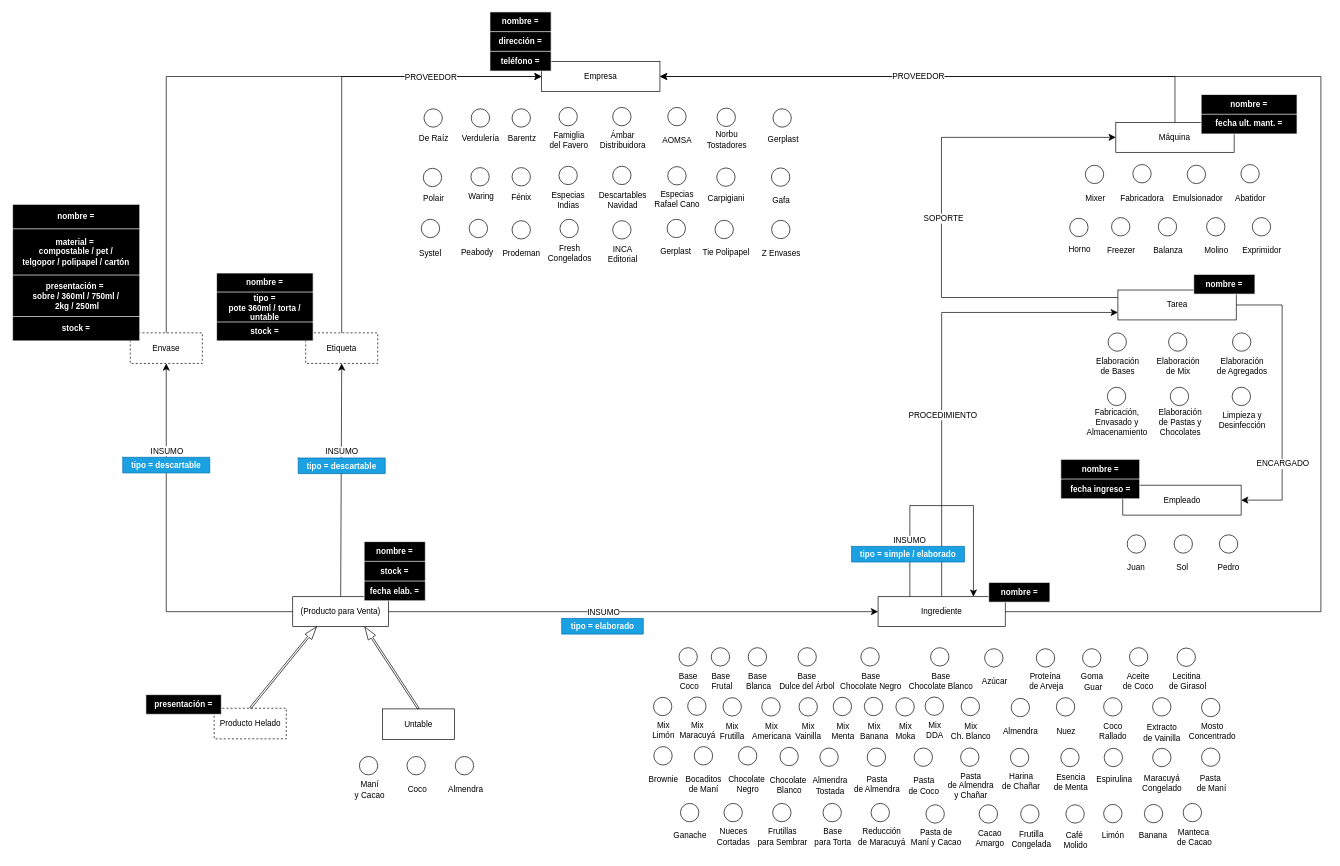
This is Modelo Heladería.drawio from franualba/diagrams, a draw.io file, before an edit. Source tidied: cells renumbered, new cells numbered last; positions are measured from the earlier drawing's top-left corner, leaving out a move shared by most shapes. Both pictures are drawn from the tidied source at 68%, with x=0, y=0 at pixel (12, 12).
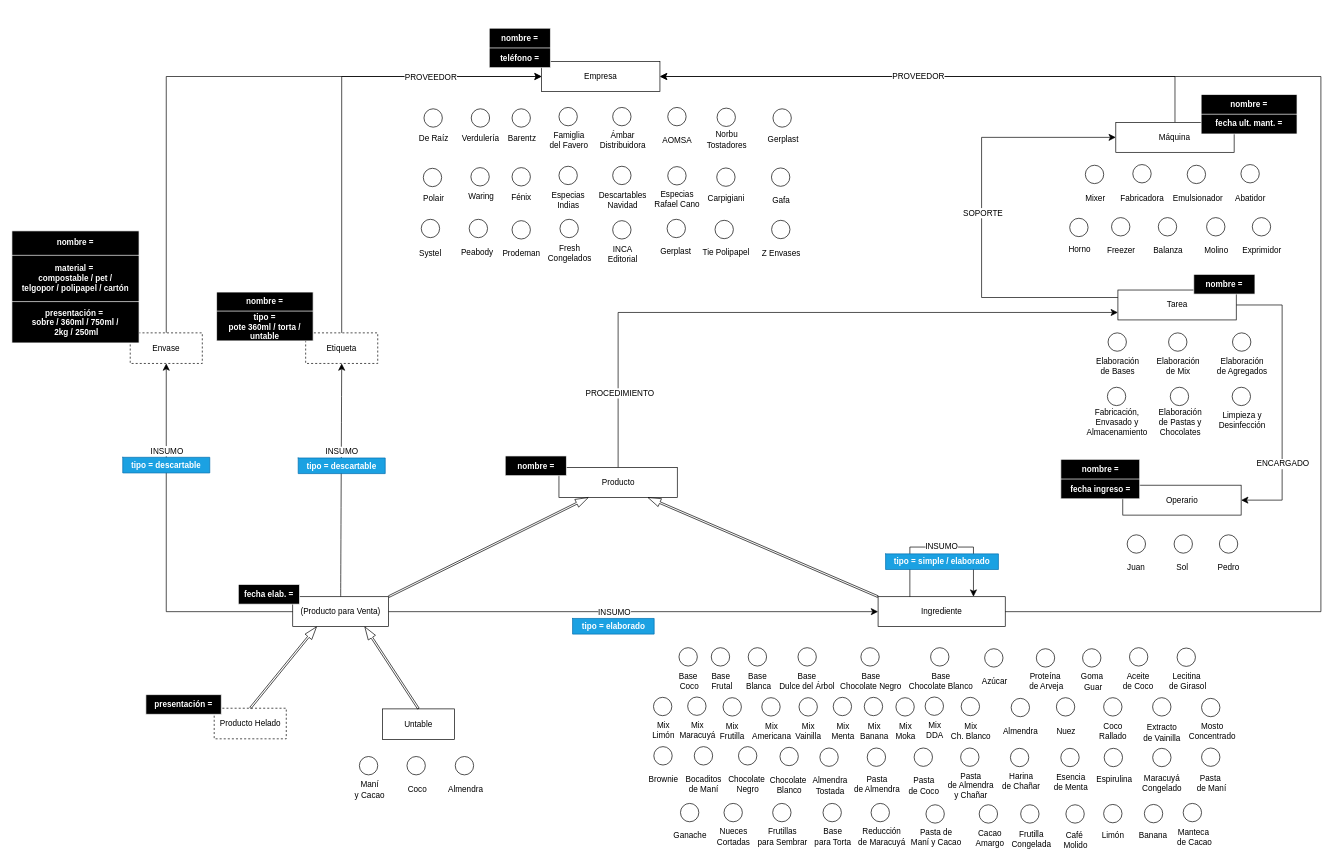
The same diagram, later.

The change refers to these unchanged cells:
```xml
<mxCell id="4" value="(Producto para Venta)" style="rounded=0;whiteSpace=wrap;html=1;fillStyle=auto;" parent="1" vertex="1">
  <mxGeometry x="412" y="860" width="141" height="44" as="geometry" />
</mxCell>
<mxCell id="9" value="Ingrediente" style="rounded=0;whiteSpace=wrap;html=1;" parent="1" vertex="1">
  <mxGeometry x="1272.8" y="860" width="187" height="44" as="geometry" />
</mxCell>
<mxCell id="73" style="edgeStyle=orthogonalEdgeStyle;rounded=0;jettySize=auto;html=1;exitX=1;exitY=0.5;exitDx=0;exitDy=0;entryX=0;entryY=0.5;entryDx=0;entryDy=0;fontSize=12;startSize=8;endSize=8;" parent="1" edge="1" source="4" target="9">
  <mxGeometry relative="1" as="geometry" />
</mxCell>
<mxCell id="81" value="Tarea" style="rounded=0;whiteSpace=wrap;html=1;" parent="1" vertex="1">
  <mxGeometry x="1625.5" y="409" width="174" height="44" as="geometry" />
</mxCell>
<mxCell id="126" value="Máquina" style="rounded=0;whiteSpace=wrap;html=1;" parent="1" vertex="1">
  <mxGeometry x="1622.4" y="162.5" width="174" height="44" as="geometry" />
</mxCell>
```

The edit, as a diff of the source:
```diff
@@
-    <mxCell id="7" style="edgeStyle=orthogonalEdgeStyle;rounded=0;jettySize=auto;html=1;exitX=0.5;exitY=0;exitDx=0;exitDy=0;entryX=0;entryY=0.75;entryDx=0;entryDy=0;fontSize=12;startSize=8;endSize=8;" parent="1" edge="1" source="9" target="81">
+    <mxCell id="7" style="edgeStyle=orthogonalEdgeStyle;rounded=0;jettySize=auto;html=1;exitX=0.5;exitY=0;exitDx=0;exitDy=0;entryX=0;entryY=0.75;entryDx=0;entryDy=0;fontSize=12;startSize=8;endSize=8;" parent="1" edge="1" source="287" target="81">
       <mxGeometry relative="1" as="geometry">
         <Array as="points">
-          <mxPoint x="1366" y="442" />
+          <mxPoint x="891" y="442" />
         </Array>
       </mxGeometry>
     </mxCell>
     <mxCell id="8" value="PROCEDIMIENTO" style="edgeLabel;html=1;align=center;verticalAlign=middle;fontSize=12;" parent="7" vertex="1">
       <mxGeometry x="0.64" y="4" relative="1" as="geometry">
-        <mxPoint x="-136" y="154" as="offset" />
+        <mxPoint x="-560" y="122" as="offset" />
       </mxGeometry>
     </mxCell>
@@
     <mxCell id="74" value="INSUMO" style="edgeLabel;html=1;align=center;verticalAlign=middle;fontSize=12;" parent="73" vertex="1">
       <mxGeometry x="-0.01" y="1" relative="1" as="geometry">
-        <mxPoint x="-41" y="1" as="offset" />
+        <mxPoint x="-25" y="1" as="offset" />
       </mxGeometry>
     </mxCell>
@@
     <mxCell id="79" style="edgeStyle=orthogonalEdgeStyle;rounded=0;jettySize=auto;html=1;exitX=0;exitY=0.25;exitDx=0;exitDy=0;entryX=0;entryY=0.5;entryDx=0;entryDy=0;fontSize=12;startSize=8;endSize=8;" parent="1" edge="1" source="81" target="126">
       <mxGeometry relative="1" as="geometry">
         <Array as="points">
-          <mxPoint x="1366" y="420" />
-          <mxPoint x="1366" y="185" />
+          <mxPoint x="1425" y="420" />
+          <mxPoint x="1425" y="185" />
         </Array>
       </mxGeometry>
     </mxCell>
     <mxCell id="80" value="SOPORTE" style="edgeLabel;html=1;align=center;verticalAlign=middle;fontSize=12;" parent="79" vertex="1">
       <mxGeometry x="0.52" y="2" relative="1" as="geometry">
-        <mxPoint x="-74" y="121" as="offset" />
+        <mxPoint x="-44" y="113" as="offset" />
       </mxGeometry>
     </mxCell>
@@
-    <mxCell id="98" value="Empleado" style="rounded=0;whiteSpace=wrap;html=1;" parent="1" vertex="1">
+    <mxCell id="98" value="Operario" style="rounded=0;whiteSpace=wrap;html=1;" parent="1" vertex="1">
       <mxGeometry x="1632.7" y="696" width="174" height="44" as="geometry" />
     </mxCell>
@@
     <mxCell id="105" style="shape=table;startSize=0;childLayout=tableLayout;fillColor=#000000;strokeColor=#FFFFFF;fontColor=#FFFFFF;labelPosition=left;verticalLabelPosition=middle;align=right;verticalAlign=middle;" parent="1" vertex="1">
-      <mxGeometry y="283" width="187" height="200.8" as="geometry" />
+      <mxGeometry x="-1" y="322" width="187" height="164.8" as="geometry" />
     </mxCell>
@@
-    <mxCell id="112" style="shape=tableRow;horizontal=0;startSize=0;swimlaneHead=0;swimlaneBody=0;strokeColor=inherit;top=0;left=0;bottom=0;right=0;fillColor=none;fontColor=#FFFFFF;" parent="105" vertex="1">
-      <mxGeometry y="165" width="187" height="36" as="geometry" />
-    </mxCell>
-    <mxCell id="113" value="&lt;font color=&quot;#ffffff&quot;&gt;stock =&lt;br&gt;&lt;/font&gt;" style="shape=partialRectangle;html=1;whiteSpace=wrap;strokeColor=inherit;overflow=hidden;fillColor=none;top=0;left=0;bottom=0;right=0;fontStyle=1;fontSize=12;" parent="112" vertex="1">
-      <mxGeometry width="187" height="36" as="geometry" />
-    </mxCell>
     <mxCell id="114" style="shape=table;startSize=0;childLayout=tableLayout;fillColor=#000000;strokeColor=#FFFFFF;fontColor=#FFFFFF;labelPosition=left;verticalLabelPosition=middle;align=right;verticalAlign=middle;" parent="1" vertex="1">
-      <mxGeometry x="517" y="779" width="90" height="87" as="geometry" />
+      <mxGeometry x="332" y="842" width="90" height="29" as="geometry" />
     </mxCell>
-    <mxCell id="115" style="shape=tableRow;horizontal=0;startSize=0;swimlaneHead=0;swimlaneBody=0;strokeColor=inherit;top=0;left=0;bottom=0;right=0;fillColor=none;" parent="114" vertex="1">
-      <mxGeometry width="90" height="29" as="geometry" />
-    </mxCell>
-    <mxCell id="116" value="&lt;font color=&quot;#ffffff&quot;&gt;nombre =&lt;br&gt;&lt;/font&gt;" style="shape=partialRectangle;html=1;whiteSpace=wrap;strokeColor=inherit;overflow=hidden;fillColor=none;top=0;left=0;bottom=0;right=0;fontStyle=1;fontSize=12;" parent="115" vertex="1">
-      <mxGeometry width="90" height="29" as="geometry" />
-    </mxCell>
-    <mxCell id="117" style="shape=tableRow;horizontal=0;startSize=0;swimlaneHead=0;swimlaneBody=0;strokeColor=inherit;top=0;left=0;bottom=0;right=0;fillColor=none;" parent="114" vertex="1">
-      <mxGeometry y="29" width="90" height="29" as="geometry" />
-    </mxCell>
-    <mxCell id="118" value="&lt;font color=&quot;#ffffff&quot;&gt;stock =&lt;br&gt;&lt;/font&gt;" style="shape=partialRectangle;html=1;whiteSpace=wrap;strokeColor=inherit;overflow=hidden;fillColor=none;top=0;left=0;bottom=0;right=0;fontStyle=1;fontSize=12;" parent="117" vertex="1">
-      <mxGeometry width="90" height="29" as="geometry" />
-    </mxCell>
     <mxCell id="119" style="shape=tableRow;horizontal=0;startSize=0;swimlaneHead=0;swimlaneBody=0;strokeColor=inherit;top=0;left=0;bottom=0;right=0;fillColor=none;" parent="114" vertex="1">
-      <mxGeometry y="58" width="90" height="29" as="geometry" />
+      <mxGeometry width="90" height="29" as="geometry" />
     </mxCell>
@@
     <mxCell id="144" style="shape=table;startSize=0;childLayout=tableLayout;fillColor=#000000;strokeColor=#FFFFFF;fontColor=#FFFFFF;labelPosition=left;verticalLabelPosition=middle;align=right;verticalAlign=middle;" parent="1" vertex="1">
-      <mxGeometry x="300" y="384" width="142" height="99.8" as="geometry" />
+      <mxGeometry x="300" y="412" width="142" height="71.8" as="geometry" />
     </mxCell>
@@
-    <mxCell id="149" style="shape=tableRow;horizontal=0;startSize=0;swimlaneHead=0;swimlaneBody=0;strokeColor=inherit;top=0;left=0;bottom=0;right=0;fillColor=none;" parent="144" vertex="1">
-      <mxGeometry y="72" width="142" height="28" as="geometry" />
-    </mxCell>
-    <mxCell id="150" value="&lt;font color=&quot;#ffffff&quot;&gt;stock =&lt;br&gt;&lt;/font&gt;" style="shape=partialRectangle;html=1;whiteSpace=wrap;strokeColor=inherit;overflow=hidden;fillColor=none;top=0;left=0;bottom=0;right=0;fontStyle=1;fontSize=12;" parent="149" vertex="1">
-      <mxGeometry width="142" height="28" as="geometry" />
-    </mxCell>
@@
     <mxCell id="176" style="shape=table;startSize=0;childLayout=tableLayout;fillColor=#000000;strokeColor=#FFFFFF;fontColor=#FFFFFF;labelPosition=left;verticalLabelPosition=middle;align=right;verticalAlign=middle;" parent="1" vertex="1">
-      <mxGeometry x="702" width="90" height="87" as="geometry" />
+      <mxGeometry x="701" y="24" width="90" height="58" as="geometry" />
     </mxCell>
@@
-    <mxCell id="179" style="shape=tableRow;horizontal=0;startSize=0;swimlaneHead=0;swimlaneBody=0;strokeColor=inherit;top=0;left=0;bottom=0;right=0;fillColor=none;" parent="176" vertex="1">
-      <mxGeometry y="29" width="90" height="29" as="geometry" />
-    </mxCell>
-    <mxCell id="180" value="&lt;font color=&quot;#ffffff&quot;&gt;dirección =&lt;br&gt;&lt;/font&gt;" style="shape=partialRectangle;html=1;whiteSpace=wrap;strokeColor=inherit;overflow=hidden;fillColor=none;top=0;left=0;bottom=0;right=0;fontStyle=1;fontSize=12;" parent="179" vertex="1">
-      <mxGeometry width="90" height="29" as="geometry" />
-    </mxCell>
     <mxCell id="181" style="shape=tableRow;horizontal=0;startSize=0;swimlaneHead=0;swimlaneBody=0;strokeColor=inherit;top=0;left=0;bottom=0;right=0;fillColor=none;" parent="176" vertex="1">
-      <mxGeometry y="58" width="90" height="29" as="geometry" />
+      <mxGeometry y="29" width="90" height="29" as="geometry" />
     </mxCell>
@@
-    <mxCell id="194" style="shape=table;startSize=0;childLayout=tableLayout;fillColor=#000000;strokeColor=#FFFFFF;fontColor=#FFFFFF;labelPosition=left;verticalLabelPosition=middle;align=right;verticalAlign=middle;" parent="1" vertex="1">
-      <mxGeometry x="1435.5" y="839" width="90" height="29" as="geometry" />
-    </mxCell>
-    <mxCell id="195" style="shape=tableRow;horizontal=0;startSize=0;swimlaneHead=0;swimlaneBody=0;strokeColor=inherit;top=0;left=0;bottom=0;right=0;fillColor=none;" parent="194" vertex="1">
-      <mxGeometry width="90" height="29" as="geometry" />
-    </mxCell>
-    <mxCell id="196" value="&lt;font color=&quot;#ffffff&quot;&gt;nombre =&lt;br&gt;&lt;/font&gt;" style="shape=partialRectangle;html=1;whiteSpace=wrap;strokeColor=inherit;overflow=hidden;fillColor=none;top=0;left=0;bottom=0;right=0;fontStyle=1;fontSize=12;" parent="195" vertex="1">
-      <mxGeometry width="90" height="29" as="geometry" />
-    </mxCell>
@@
     <mxCell id="273" style="edgeStyle=elbowEdgeStyle;rounded=0;orthogonalLoop=1;jettySize=auto;html=1;exitX=0.25;exitY=0;exitDx=0;exitDy=0;entryX=0.75;entryY=0;entryDx=0;entryDy=0;fontSize=12;startSize=8;endSize=8;elbow=vertical;" parent="1" edge="1" source="9" target="9">
       <mxGeometry relative="1" as="geometry">
         <Array as="points">
-          <mxPoint x="1359.8" y="726" />
+          <mxPoint x="1362" y="787" />
         </Array>
       </mxGeometry>
     </mxCell>
     <mxCell id="274" value="INSUMO" style="edgeLabel;html=1;align=center;verticalAlign=middle;fontSize=12;" parent="273" vertex="1">
       <mxGeometry x="-0.1" y="-1" relative="1" as="geometry">
-        <mxPoint x="-30" y="50" as="offset" />
+        <mxPoint x="11" y="-2" as="offset" />
       </mxGeometry>
     </mxCell>
@@
     <mxCell id="278" style="shape=table;startSize=0;childLayout=tableLayout;fillColor=#1ba1e2;strokeColor=#006EAF;labelPosition=left;verticalLabelPosition=middle;align=right;verticalAlign=middle;fontColor=#ffffff;" parent="1" vertex="1">
-      <mxGeometry x="807.5" y="892" width="120" height="23" as="geometry" />
+      <mxGeometry x="823.5" y="892" width="120" height="23" as="geometry" />
     </mxCell>
@@
     <mxCell id="281" style="shape=table;startSize=0;childLayout=tableLayout;fillColor=#1ba1e2;strokeColor=#006EAF;labelPosition=left;verticalLabelPosition=middle;align=right;verticalAlign=middle;fontColor=#ffffff;" parent="1" vertex="1">
-      <mxGeometry x="1233.8" y="786" width="166" height="23" as="geometry" />
+      <mxGeometry x="1283.8" y="797" width="166" height="23" as="geometry" />
     </mxCell>
@@
+    <mxCell id="287" value="Producto" style="rounded=0;whiteSpace=wrap;html=1;" parent="1" vertex="1">
+      <mxGeometry x="803.5" y="670" width="174" height="44" as="geometry" />
+    </mxCell>
+    <mxCell id="288" style="edgeStyle=none;curved=1;rounded=1;jettySize=auto;html=1;entryX=0.25;entryY=1;entryDx=0;entryDy=0;fontSize=12;strokeColor=default;shape=flexArrow;endSize=5.96;startArrow=none;startFill=0;strokeWidth=1;width=2.6666666666666665;endWidth=9;exitX=1;exitY=0;exitDx=0;exitDy=0;" parent="1" edge="1" source="4" target="287">
+      <mxGeometry relative="1" as="geometry" />
+    </mxCell>
+    <mxCell id="289" style="edgeStyle=none;curved=1;rounded=1;jettySize=auto;html=1;entryX=0.75;entryY=1;entryDx=0;entryDy=0;fontSize=12;strokeColor=default;shape=flexArrow;endSize=5.96;startArrow=none;startFill=0;strokeWidth=1;width=2.6666666666666665;endWidth=9;exitX=0;exitY=0;exitDx=0;exitDy=0;" parent="1" edge="1" source="9" target="287">
+      <mxGeometry relative="1" as="geometry" />
+    </mxCell>
+    <mxCell id="194" style="shape=table;startSize=0;childLayout=tableLayout;fillColor=#000000;strokeColor=#FFFFFF;fontColor=#FFFFFF;labelPosition=left;verticalLabelPosition=middle;align=right;verticalAlign=middle;" parent="1" vertex="1">
+      <mxGeometry x="724.5" y="653" width="90" height="29" as="geometry" />
+    </mxCell>
+    <mxCell id="195" style="shape=tableRow;horizontal=0;startSize=0;swimlaneHead=0;swimlaneBody=0;strokeColor=inherit;top=0;left=0;bottom=0;right=0;fillColor=none;" parent="194" vertex="1">
+      <mxGeometry width="90" height="29" as="geometry" />
+    </mxCell>
+    <mxCell id="196" value="&lt;font color=&quot;#ffffff&quot;&gt;nombre =&lt;br&gt;&lt;/font&gt;" style="shape=partialRectangle;html=1;whiteSpace=wrap;strokeColor=inherit;overflow=hidden;fillColor=none;top=0;left=0;bottom=0;right=0;fontStyle=1;fontSize=12;" parent="195" vertex="1">
+      <mxGeometry width="90" height="29" as="geometry" />
+    </mxCell>
```
